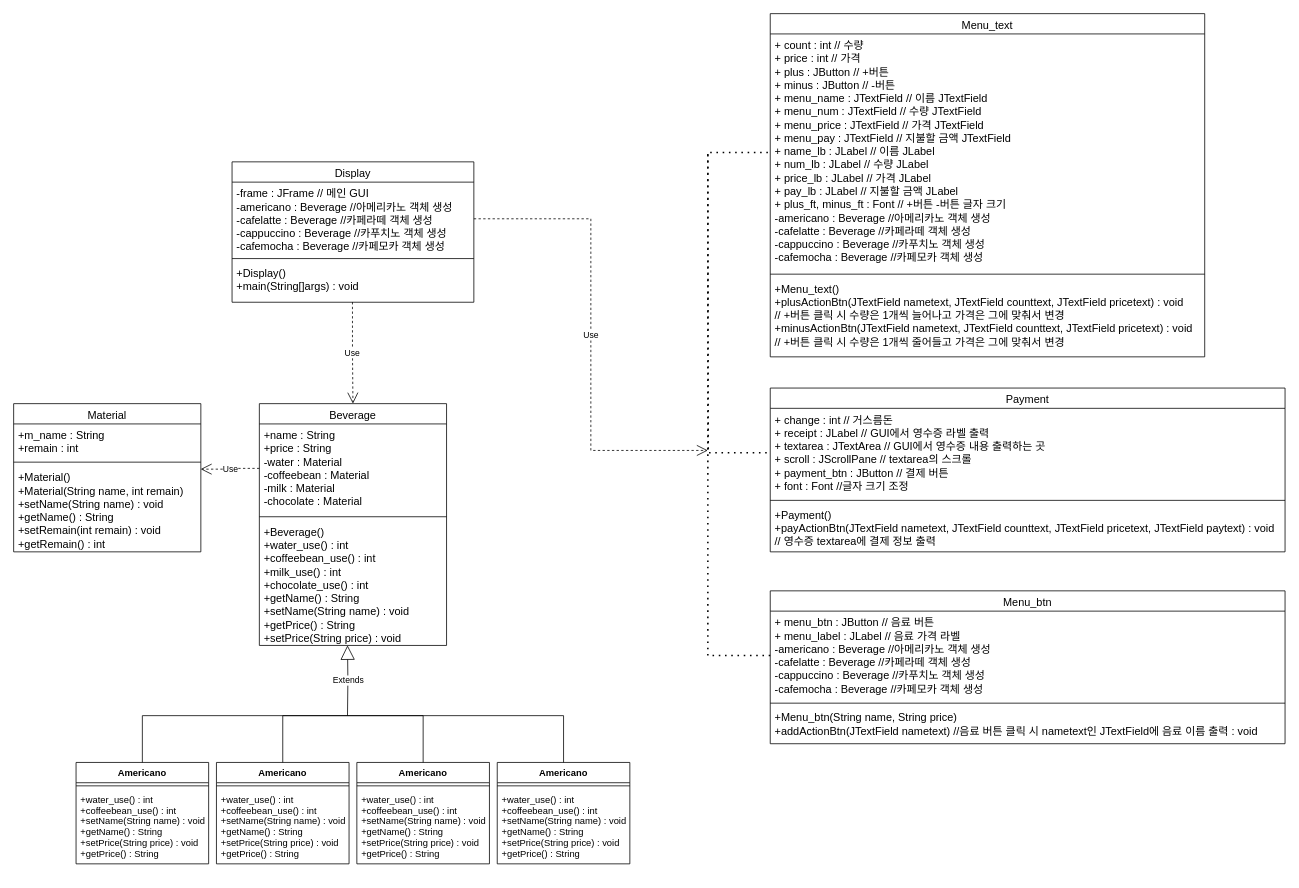
Above: Untitled Diagram.drawio in ans2568/Messenger (draw.io), before the change. Source tidied: cells renumbered, new cells numbered last; positions are measured from the earlier drawing's top-left corner, leaving out a move shared by most shapes. Both pictures are drawn from the tidied source at 78%, with x=0, y=0 at pixel (13, 13).
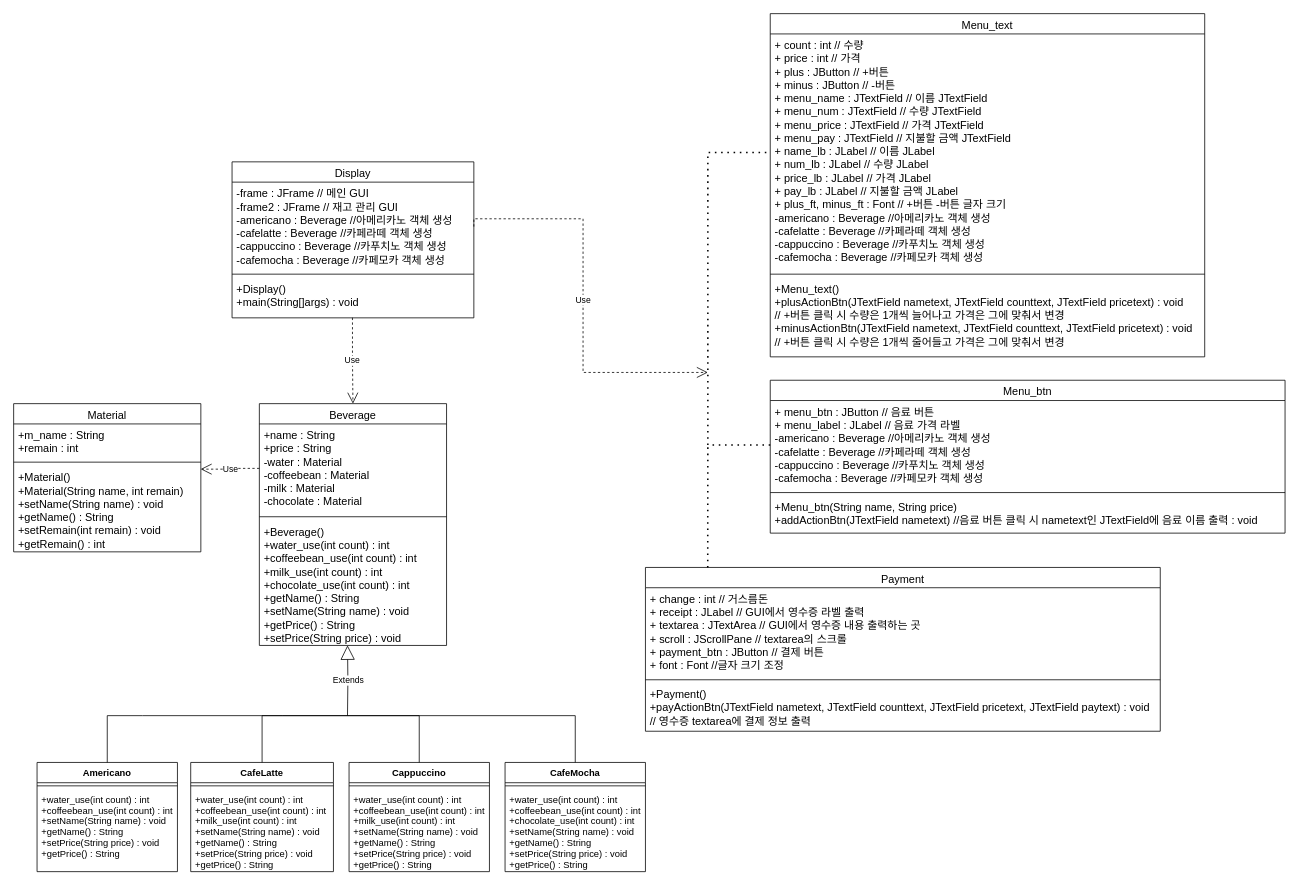
After the change.

Unchanged cells that the change refers to:
```xml
<mxCell id="2" value="Beverage" style="swimlane;fontStyle=0;align=center;verticalAlign=top;horizontal=1;startSize=26;rounded=0;shadow=0;strokeWidth=1;fontSize=14;" parent="1" vertex="1">
  <mxGeometry x="315" y="500" width="240" height="310" as="geometry" />
</mxCell>
<mxCell id="11" value="+ change : int // 거스름돈&#10;+ receipt : JLabel // GUI에서 영수증 라벨 출력&#10;+ textarea : JTextArea // GUI에서 영수증 내용 출력하는 곳&#10;+ scroll : JScrollPane // textarea의 스크롤&#10;+ payment_btn : JButton // 결제 버튼&#10;+ font : Font //글자 크기 조정" style="text;align=left;verticalAlign=top;spacingLeft=4;spacingRight=4;overflow=hidden;points=[[0,0.5],[1,0.5]];portConstraint=eastwest;fontSize=14;" parent="10" vertex="1">
  <mxGeometry y="26" width="660" height="114" as="geometry" />
</mxCell>
<mxCell id="15" value="+ menu_btn : JButton // 음료 버튼&#10;+ menu_label : JLabel // 음료 가격 라벨&#10;-americano : Beverage //아메리카노 객체 생성&#10;-cafelatte : Beverage //카페라떼 객체 생성&#10;-cappuccino : Beverage //카푸치노 객체 생성&#10;-cafemocha : Beverage //카페모카 객체 생성" style="text;align=left;verticalAlign=top;spacingLeft=4;spacingRight=4;overflow=hidden;points=[[0,0.5],[1,0.5]];portConstraint=eastwest;fontSize=14;" parent="14" vertex="1">
  <mxGeometry y="26" width="660" height="114" as="geometry" />
</mxCell>
<mxCell id="19" value="+ count : int // 수량&#10;+ price : int // 가격&#10;+ plus : JButton // +버튼&#10;+ minus : JButton // -버튼&#10;+ menu_name : JTextField // 이름 JTextField&#10;+ menu_num : JTextField // 수량 JTextField&#10;+ menu_price : JTextField // 가격 JTextField&#10;+ menu_pay : JTextField // 지불할 금액 JTextField&#10;+ name_lb : JLabel // 이름 JLabel&#10;+ num_lb : JLabel // 수량 JLabel&#10;+ price_lb : JLabel // 가격 JLabel&#10;+ pay_lb : JLabel // 지불할 금액 JLabel&#10;+ plus_ft, minus_ft : Font // +버튼 -버튼 글자 크기&#10;-americano : Beverage //아메리카노 객체 생성&#10;-cafelatte : Beverage //카페라떼 객체 생성&#10;-cappuccino : Beverage //카푸치노 객체 생성&#10;-cafemocha : Beverage //카페모카 객체 생성" style="text;align=left;verticalAlign=top;spacingLeft=4;spacingRight=4;overflow=hidden;points=[[0,0.5],[1,0.5]];portConstraint=eastwest;fontSize=14;" parent="18" vertex="1">
  <mxGeometry y="26" width="557" height="304" as="geometry" />
</mxCell>
```

Change to the diagram source:
```diff
@@
-    <mxCell id="5" value="+Beverage()&#10;+water_use() : int&#10;+coffeebean_use() : int&#10;+milk_use() : int&#10;+chocolate_use() : int&#10;+getName() : String&#10;+setName(String name) : void&#10;+getPrice() : String&#10;+setPrice(String price) : void" style="text;align=left;verticalAlign=top;spacingLeft=4;spacingRight=4;overflow=hidden;points=[[0,0.5],[1,0.5]];portConstraint=eastwest;fontSize=14;" parent="2" vertex="1">
+    <mxCell id="5" value="+Beverage()&#10;+water_use(int count) : int&#10;+coffeebean_use(int count) : int&#10;+milk_use(int count) : int&#10;+chocolate_use(int count) : int&#10;+getName() : String&#10;+setName(String name) : void&#10;+getPrice() : String&#10;+setPrice(String price) : void" style="text;align=left;verticalAlign=top;spacingLeft=4;spacingRight=4;overflow=hidden;points=[[0,0.5],[1,0.5]];portConstraint=eastwest;fontSize=14;" parent="2" vertex="1">
       <mxGeometry y="150" width="240" height="160" as="geometry" />
     </mxCell>
     <mxCell id="6" value="Display" style="swimlane;fontStyle=0;align=center;verticalAlign=top;horizontal=1;startSize=26;rounded=0;shadow=0;strokeWidth=1;fontSize=14;" parent="1" vertex="1">
-      <mxGeometry x="280" y="190" width="310" height="180" as="geometry" />
+      <mxGeometry x="280" y="190" width="310" height="200" as="geometry" />
     </mxCell>
-    <mxCell id="7" value="-frame : JFrame // 메인 GUI&#10;-americano : Beverage //아메리카노 객체 생성&#10;-cafelatte : Beverage //카페라떼 객체 생성&#10;-cappuccino : Beverage //카푸치노 객체 생성&#10;-cafemocha : Beverage //카페모카 객체 생성" style="text;align=left;verticalAlign=top;spacingLeft=4;spacingRight=4;overflow=hidden;points=[[0,0.5],[1,0.5]];portConstraint=eastwest;fontSize=14;" parent="6" vertex="1">
-      <mxGeometry y="26" width="310" height="94" as="geometry" />
+    <mxCell id="7" value="-frame : JFrame // 메인 GUI&#10;-frame2 : JFrame // 재고 관리 GUI&#10;-americano : Beverage //아메리카노 객체 생성&#10;-cafelatte : Beverage //카페라떼 객체 생성&#10;-cappuccino : Beverage //카푸치노 객체 생성&#10;-cafemocha : Beverage //카페모카 객체 생성" style="text;align=left;verticalAlign=top;spacingLeft=4;spacingRight=4;overflow=hidden;points=[[0,0.5],[1,0.5]];portConstraint=eastwest;fontSize=14;" parent="6" vertex="1">
+      <mxGeometry y="26" width="310" height="114" as="geometry" />
     </mxCell>
     <mxCell id="8" style="line;html=1;strokeWidth=1;align=left;verticalAlign=middle;spacingTop=-1;spacingLeft=3;spacingRight=3;labelPosition=right;fontSize=14;" parent="6" vertex="1">
-      <mxGeometry y="120" width="310" height="8" as="geometry" />
+      <mxGeometry y="140" width="310" height="8" as="geometry" />
     </mxCell>
     <mxCell id="9" value="+Display()&#10;+main(String[]args) : void" style="text;strokeColor=none;fillColor=none;align=left;verticalAlign=top;spacingLeft=4;spacingRight=4;overflow=hidden;points=[[0,0.5],[1,0.5]];portConstraint=eastwest;fontSize=14;" parent="6" vertex="1">
-      <mxGeometry y="128" width="310" height="52" as="geometry" />
+      <mxGeometry y="148" width="310" height="52" as="geometry" />
     </mxCell>
     <mxCell id="10" value="Payment" style="swimlane;fontStyle=0;align=center;verticalAlign=top;horizontal=1;startSize=26;rounded=0;shadow=0;strokeWidth=1;fontSize=14;" parent="1" vertex="1">
-      <mxGeometry x="970" y="480" width="660" height="210" as="geometry" />
+      <mxGeometry x="810" y="710" width="660" height="210" as="geometry" />
     </mxCell>
@@
     <mxCell id="14" value="Menu_btn" style="swimlane;fontStyle=0;align=center;verticalAlign=top;horizontal=1;startSize=26;rounded=0;shadow=0;strokeWidth=1;fontSize=14;" parent="1" vertex="1">
-      <mxGeometry x="970" y="740" width="660" height="196" as="geometry" />
+      <mxGeometry x="970" y="470" width="660" height="196" as="geometry" />
     </mxCell>
@@
     <mxCell id="22" value="Americano" style="swimlane;fontStyle=1;align=center;verticalAlign=top;horizontal=1;startSize=26;" parent="1" vertex="1">
-      <mxGeometry x="80" y="960" width="170" height="130" as="geometry" />
+      <mxGeometry x="30" y="960" width="180" height="140" as="geometry" />
     </mxCell>
     <mxCell id="23" style="line;strokeWidth=1;fillColor=none;align=left;verticalAlign=middle;spacingTop=-1;spacingLeft=3;spacingRight=3;labelPosition=right;" parent="22" vertex="1">
-      <mxGeometry y="26" width="170" height="8" as="geometry" />
+      <mxGeometry y="26" width="180" height="8" as="geometry" />
     </mxCell>
-    <mxCell id="24" value="+water_use() : int&#10;+coffeebean_use() : int&#10;+setName(String name) : void&#10;+getName() : String&#10;+setPrice(String price) : void&#10;+getPrice() : String" style="text;strokeColor=none;fillColor=none;align=left;verticalAlign=top;spacingLeft=4;spacingRight=4;overflow=hidden;" parent="22" vertex="1">
-      <mxGeometry y="34" width="170" height="96" as="geometry" />
+    <mxCell id="24" value="+water_use(int count) : int&#10;+coffeebean_use(int count) : int&#10;+setName(String name) : void&#10;+getName() : String&#10;+setPrice(String price) : void&#10;+getPrice() : String" style="text;strokeColor=none;fillColor=none;align=left;verticalAlign=top;spacingLeft=4;spacingRight=4;overflow=hidden;" parent="22" vertex="1">
+      <mxGeometry y="34" width="180" height="106" as="geometry" />
     </mxCell>
-    <mxCell id="25" value="Americano" style="swimlane;fontStyle=1;align=center;verticalAlign=top;horizontal=1;startSize=26;" parent="1" vertex="1">
-      <mxGeometry x="260" y="960" width="170" height="130" as="geometry" />
+    <mxCell id="25" value="CafeLatte" style="swimlane;fontStyle=1;align=center;verticalAlign=top;horizontal=1;startSize=26;" parent="1" vertex="1">
+      <mxGeometry x="227" y="960" width="183" height="140" as="geometry" />
     </mxCell>
     <mxCell id="26" style="line;strokeWidth=1;fillColor=none;align=left;verticalAlign=middle;spacingTop=-1;spacingLeft=3;spacingRight=3;labelPosition=right;" parent="25" vertex="1">
-      <mxGeometry y="26" width="170" height="8" as="geometry" />
+      <mxGeometry y="26" width="183" height="8" as="geometry" />
     </mxCell>
-    <mxCell id="27" value="+water_use() : int&#10;+coffeebean_use() : int&#10;+setName(String name) : void&#10;+getName() : String&#10;+setPrice(String price) : void&#10;+getPrice() : String" style="text;strokeColor=none;fillColor=none;align=left;verticalAlign=top;spacingLeft=4;spacingRight=4;overflow=hidden;" parent="25" vertex="1">
-      <mxGeometry y="34" width="170" height="96" as="geometry" />
+    <mxCell id="27" value="+water_use(int count) : int&#10;+coffeebean_use(int count) : int&#10;+milk_use(int count) : int&#10;+setName(String name) : void&#10;+getName() : String&#10;+setPrice(String price) : void&#10;+getPrice() : String" style="text;strokeColor=none;fillColor=none;align=left;verticalAlign=top;spacingLeft=4;spacingRight=4;overflow=hidden;" parent="25" vertex="1">
+      <mxGeometry y="34" width="183" height="106" as="geometry" />
     </mxCell>
-    <mxCell id="28" value="Americano" style="swimlane;fontStyle=1;align=center;verticalAlign=top;horizontal=1;startSize=26;" parent="1" vertex="1">
-      <mxGeometry x="440" y="960" width="170" height="130" as="geometry" />
+    <mxCell id="28" value="Cappuccino" style="swimlane;fontStyle=1;align=center;verticalAlign=top;horizontal=1;startSize=26;" parent="1" vertex="1">
+      <mxGeometry x="430" y="960" width="180" height="140" as="geometry" />
     </mxCell>
     <mxCell id="29" style="line;strokeWidth=1;fillColor=none;align=left;verticalAlign=middle;spacingTop=-1;spacingLeft=3;spacingRight=3;labelPosition=right;" parent="28" vertex="1">
-      <mxGeometry y="26" width="170" height="8" as="geometry" />
+      <mxGeometry y="26" width="180" height="8" as="geometry" />
     </mxCell>
-    <mxCell id="30" value="+water_use() : int&#10;+coffeebean_use() : int&#10;+setName(String name) : void&#10;+getName() : String&#10;+setPrice(String price) : void&#10;+getPrice() : String" style="text;strokeColor=none;fillColor=none;align=left;verticalAlign=top;spacingLeft=4;spacingRight=4;overflow=hidden;" parent="28" vertex="1">
-      <mxGeometry y="34" width="170" height="96" as="geometry" />
+    <mxCell id="30" value="+water_use(int count) : int&#10;+coffeebean_use(int count) : int&#10;+milk_use(int count) : int&#10;+setName(String name) : void&#10;+getName() : String&#10;+setPrice(String price) : void&#10;+getPrice() : String" style="text;strokeColor=none;fillColor=none;align=left;verticalAlign=top;spacingLeft=4;spacingRight=4;overflow=hidden;" parent="28" vertex="1">
+      <mxGeometry y="34" width="180" height="106" as="geometry" />
     </mxCell>
-    <mxCell id="31" value="Americano" style="swimlane;fontStyle=1;align=center;verticalAlign=top;horizontal=1;startSize=26;" parent="1" vertex="1">
-      <mxGeometry x="620" y="960" width="170" height="130" as="geometry" />
+    <mxCell id="31" value="CafeMocha" style="swimlane;fontStyle=1;align=center;verticalAlign=top;horizontal=1;startSize=26;" parent="1" vertex="1">
+      <mxGeometry x="630" y="960" width="180" height="140" as="geometry" />
     </mxCell>
     <mxCell id="32" style="line;strokeWidth=1;fillColor=none;align=left;verticalAlign=middle;spacingTop=-1;spacingLeft=3;spacingRight=3;labelPosition=right;" parent="31" vertex="1">
-      <mxGeometry y="26" width="170" height="8" as="geometry" />
+      <mxGeometry y="26" width="180" height="8" as="geometry" />
     </mxCell>
-    <mxCell id="33" value="+water_use() : int&#10;+coffeebean_use() : int&#10;+setName(String name) : void&#10;+getName() : String&#10;+setPrice(String price) : void&#10;+getPrice() : String" style="text;strokeColor=none;fillColor=none;align=left;verticalAlign=top;spacingLeft=4;spacingRight=4;overflow=hidden;" parent="31" vertex="1">
-      <mxGeometry y="34" width="170" height="96" as="geometry" />
+    <mxCell id="33" value="+water_use(int count) : int&#10;+coffeebean_use(int count) : int&#10;+chocolate_use(int count) : int&#10;+setName(String name) : void&#10;+getName() : String&#10;+setPrice(String price) : void&#10;+getPrice() : String" style="text;strokeColor=none;fillColor=none;align=left;verticalAlign=top;spacingLeft=4;spacingRight=4;overflow=hidden;" parent="31" vertex="1">
+      <mxGeometry y="34" width="180" height="106" as="geometry" />
     </mxCell>
@@
     <mxCell id="42" style="endArrow=none;dashed=1;html=1;dashPattern=1 3;strokeWidth=2;rounded=0;edgeStyle=orthogonalEdgeStyle;entryX=0;entryY=0.5;entryDx=0;entryDy=0;exitX=0;exitY=0.5;exitDx=0;exitDy=0;" parent="1" edge="1" source="15" target="19">
       <mxGeometry relative="1" as="geometry">
         <Array as="points">
-          <mxPoint x="890" y="823" />
+          <mxPoint x="890" y="553" />
           <mxPoint x="890" y="178" />
         </Array>
       </mxGeometry>
     </mxCell>
-    <mxCell id="43" style="endArrow=none;dashed=1;html=1;dashPattern=1 3;strokeWidth=2;rounded=0;edgeStyle=orthogonalEdgeStyle;entryX=0;entryY=0.5;entryDx=0;entryDy=0;" parent="1" edge="1" target="11">
-      <mxGeometry relative="1" as="geometry">
-        <mxPoint x="890" y="180" as="sourcePoint" />
-      </mxGeometry>
-    </mxCell>
     <mxCell id="44" value="Use" style="endArrow=open;endSize=12;dashed=1;html=1;rounded=0;edgeStyle=orthogonalEdgeStyle;exitX=1;exitY=0.5;exitDx=0;exitDy=0;" parent="1" edge="1" source="7">
       <mxGeometry relative="1" as="geometry">
-        <mxPoint x="890" y="560" as="targetPoint" />
+        <mxPoint x="890" y="460" as="targetPoint" />
         <Array as="points">
-          <mxPoint x="740" y="263" />
-          <mxPoint x="740" y="560" />
+          <mxPoint x="590" y="263" />
+          <mxPoint x="730" y="263" />
+          <mxPoint x="730" y="460" />
+          <mxPoint x="850" y="460" />
         </Array>
       </mxGeometry>
     </mxCell>
@@
+    <mxCell id="46" style="endArrow=none;dashed=1;html=1;dashPattern=1 3;strokeWidth=2;rounded=0;edgeStyle=orthogonalEdgeStyle;exitX=0.121;exitY=0;exitDx=0;exitDy=0;exitPerimeter=0;" parent="1" edge="1" source="10">
+      <mxGeometry relative="1" as="geometry">
+        <mxPoint x="890" y="550" as="targetPoint" />
+      </mxGeometry>
+    </mxCell>
```
